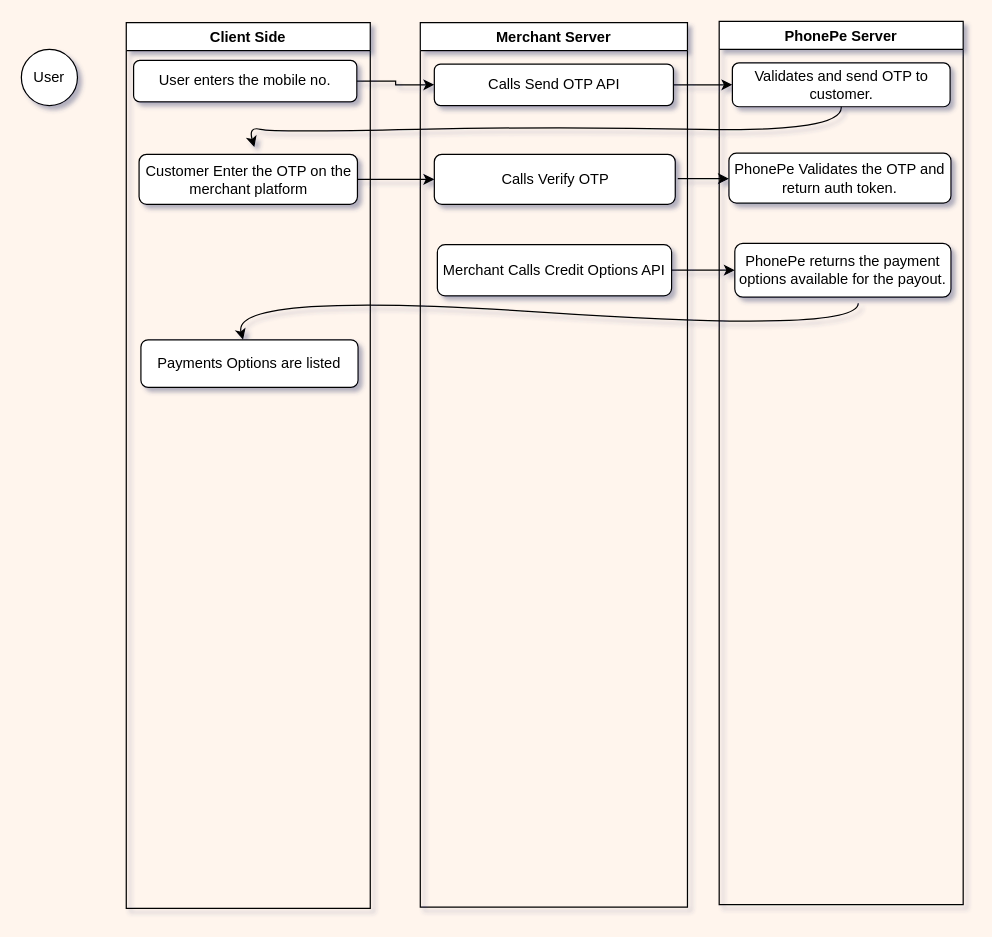
Above: Untitled Diagram.drawio in kdutt1597/kdutt1597 (draw.io), before the change. Source tidied: cells renumbered, new cells numbered last; positions are measured from the earlier drawing's top-left corner, leaving out a move shared by most shapes. Both pictures are drawn from the tidied source at 122%, with x=0, y=0 at pixel (21, 21).
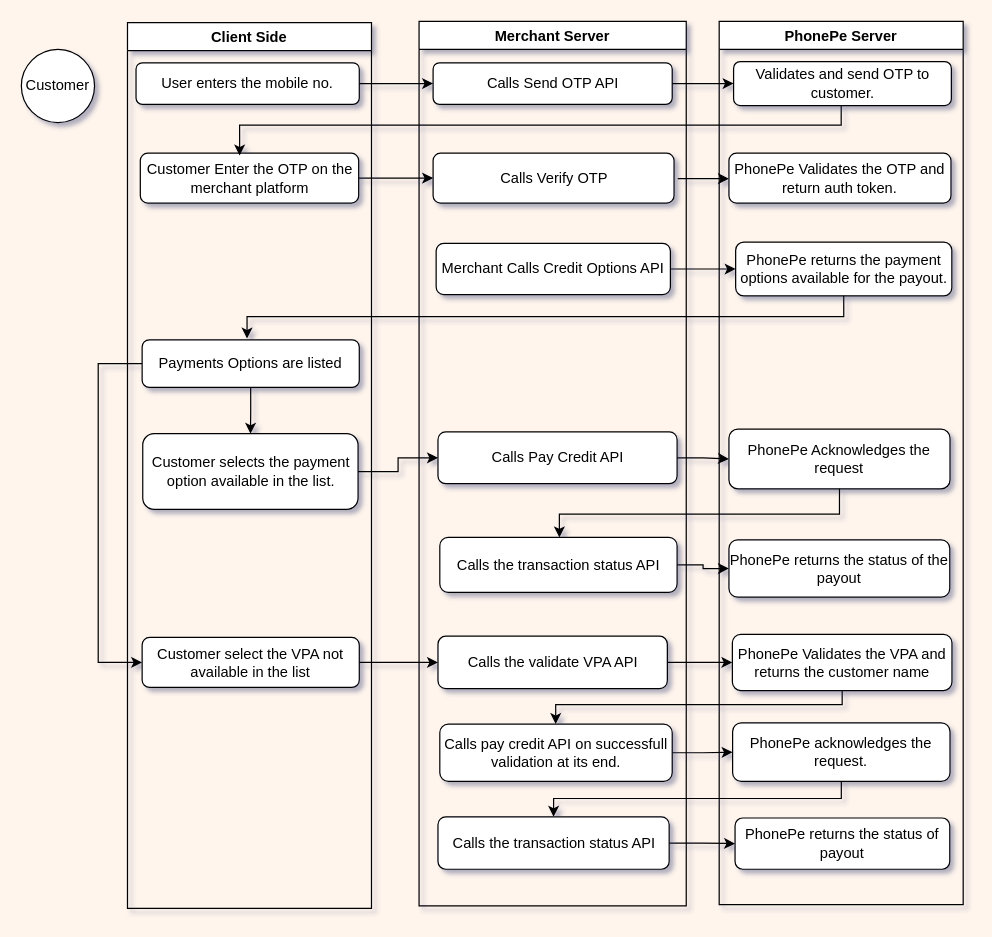
After the change.

The change refers to these unchanged cells:
```xml
<mxCell id="6" value="Payments Options are listed" style="rounded=1;whiteSpace=wrap;html=1;" parent="3" vertex="1">
  <mxGeometry x="12" y="260" width="178" height="39" as="geometry" />
</mxCell>
<mxCell id="11" value="PhonePe Server" style="swimlane;" parent="1" vertex="1">
  <mxGeometry x="572" width="200" height="724" as="geometry" />
</mxCell>
```

What changed in the source:
```diff
@@
-    <mxCell id="2" value="User" style="ellipse;whiteSpace=wrap;html=1;" parent="1" vertex="1">
-      <mxGeometry y="23" width="46" height="46" as="geometry" />
+    <mxCell id="2" value="Customer" style="ellipse;whiteSpace=wrap;html=1;" parent="1" vertex="1">
+      <mxGeometry y="23" width="60" height="60" as="geometry" />
     </mxCell>
     <mxCell id="3" value="Client Side" style="swimlane;startSize=23;" parent="1" vertex="1">
-      <mxGeometry x="86" y="1" width="200" height="726" as="geometry" />
+      <mxGeometry x="87" y="1" width="200" height="726" as="geometry" />
     </mxCell>
     <mxCell id="4" value="User enters the mobile no." style="rounded=1;whiteSpace=wrap;html=1;" parent="3" vertex="1">
-      <mxGeometry x="6" y="31" width="183" height="34" as="geometry" />
+      <mxGeometry x="7" y="33" width="183" height="34" as="geometry" />
     </mxCell>
     <mxCell id="5" value="Customer Enter the OTP on the merchant platform" style="rounded=1;whiteSpace=wrap;html=1;" parent="3" vertex="1">
-      <mxGeometry x="10.5" y="108" width="179" height="41" as="geometry" />
+      <mxGeometry x="10.5" y="107" width="179" height="41" as="geometry" />
     </mxCell>
+    <mxCell id="22" style="edgeStyle=orthogonalEdgeStyle;rounded=0;jettySize=auto;html=1;" parent="3" edge="1" source="6" target="24">
+      <mxGeometry relative="1" as="geometry" />
+    </mxCell>
+    <mxCell id="23" style="edgeStyle=orthogonalEdgeStyle;rounded=0;jettySize=auto;html=1;entryX=0;entryY=0.5;entryDx=0;entryDy=0;" parent="3" edge="1" source="6" target="25">
+      <mxGeometry relative="1" as="geometry">
+        <Array as="points">
+          <mxPoint x="-24" y="280" />
+          <mxPoint x="-24" y="525" />
+        </Array>
+      </mxGeometry>
+    </mxCell>
@@
+    <mxCell id="24" value="Customer selects the payment option available in the list." style="rounded=1;whiteSpace=wrap;html=1;" parent="3" vertex="1">
+      <mxGeometry x="12.5" y="337" width="176.5" height="62" as="geometry" />
+    </mxCell>
+    <mxCell id="25" value="Customer select the VPA not available in the list" style="rounded=1;whiteSpace=wrap;html=1;" parent="3" vertex="1">
+      <mxGeometry x="12" y="504" width="178" height="41" as="geometry" />
+    </mxCell>
     <mxCell id="7" value="Merchant Server" style="swimlane;startSize=23;" parent="1" vertex="1">
-      <mxGeometry x="327" y="1" width="219" height="725" as="geometry" />
+      <mxGeometry x="326" width="219" height="725" as="geometry" />
     </mxCell>
@@
+    <mxCell id="26" value="Calls Pay Credit API" style="rounded=1;whiteSpace=wrap;html=1;" parent="7" vertex="1">
+      <mxGeometry x="15.5" y="336.5" width="196" height="42.5" as="geometry" />
+    </mxCell>
+    <mxCell id="27" value="Calls the transaction status API" style="rounded=1;whiteSpace=wrap;html=1;" parent="7" vertex="1">
+      <mxGeometry x="17" y="423" width="194.5" height="45" as="geometry" />
+    </mxCell>
+    <mxCell id="28" value="Calls the validate VPA API" style="rounded=1;whiteSpace=wrap;html=1;" parent="7" vertex="1">
+      <mxGeometry x="15.5" y="504" width="188" height="43" as="geometry" />
+    </mxCell>
+    <mxCell id="29" value="Calls pay credit API on successfull validation at its end." style="rounded=1;whiteSpace=wrap;html=1;" parent="7" vertex="1">
+      <mxGeometry x="17" y="576" width="190.5" height="47" as="geometry" />
+    </mxCell>
+    <mxCell id="30" value="Calls the transaction status API" style="rounded=1;whiteSpace=wrap;html=1;" parent="7" vertex="1">
+      <mxGeometry x="15.5" y="652" width="189.5" height="43" as="geometry" />
+    </mxCell>
@@
     <mxCell id="12" value="Validates and send OTP to customer." style="rounded=1;whiteSpace=wrap;html=1;" parent="11" vertex="1">
-      <mxGeometry x="10.8" y="34" width="178.5" height="36" as="geometry" />
+      <mxGeometry x="11.8" y="33" width="178.5" height="36" as="geometry" />
     </mxCell>
@@
     <mxCell id="14" value="PhonePe returns the payment options available for the payout." style="rounded=1;whiteSpace=wrap;html=1;" parent="11" vertex="1">
-      <mxGeometry x="12.8" y="182" width="177.2" height="44" as="geometry" />
+      <mxGeometry x="13.5" y="181" width="177.2" height="44" as="geometry" />
     </mxCell>
+    <mxCell id="31" value="PhonePe Acknowledges the request" style="rounded=1;whiteSpace=wrap;html=1;" parent="11" vertex="1">
+      <mxGeometry x="8" y="334.2" width="181.2" height="49" as="geometry" />
+    </mxCell>
+    <mxCell id="32" value="PhonePe returns the status of the payout" style="rounded=1;whiteSpace=wrap;html=1;" parent="11" vertex="1">
+      <mxGeometry x="8" y="425" width="181" height="47" as="geometry" />
+    </mxCell>
+    <mxCell id="33" value="PhonePe Validates the VPA and returns the customer name" style="rounded=1;whiteSpace=wrap;html=1;" parent="11" vertex="1">
+      <mxGeometry x="10.8" y="502.5" width="180" height="46" as="geometry" />
+    </mxCell>
+    <mxCell id="34" value="PhonePe acknowledges the request." style="rounded=1;whiteSpace=wrap;html=1;" parent="11" vertex="1">
+      <mxGeometry x="11" y="575" width="178.2" height="48" as="geometry" />
+    </mxCell>
+    <mxCell id="35" value="PhonePe returns the status of payout" style="rounded=1;whiteSpace=wrap;html=1;" parent="11" vertex="1">
+      <mxGeometry x="13" y="653" width="176" height="42" as="geometry" />
+    </mxCell>
@@
-    <mxCell id="18" style="curved=1;endArrow=classic;html=1;rounded=0;exitX=0.5;exitY=1;exitDx=0;exitDy=0;entryX=0.528;entryY=-0.146;entryDx=0;entryDy=0;entryPerimeter=0;" parent="1" edge="1" source="12" target="5">
-      <mxGeometry relative="1" as="geometry">
-        <Array as="points">
-          <mxPoint x="674" y="91" />
-          <mxPoint x="441" y="86" />
-          <mxPoint x="206" y="91" />
-          <mxPoint x="186" y="86" />
-        </Array>
-      </mxGeometry>
-    </mxCell>
@@
-    <mxCell id="21" style="curved=1;endArrow=classic;html=1;rounded=0;exitX=0.571;exitY=1.114;exitDx=0;exitDy=0;exitPerimeter=0;" parent="1" edge="1" source="14" target="6">
-      <mxGeometry relative="1" as="geometry">
-        <Array as="points">
-          <mxPoint x="686" y="256" />
-          <mxPoint x="171" y="221" />
-        </Array>
-      </mxGeometry>
-    </mxCell>
+    <mxCell id="36" style="edgeStyle=orthogonalEdgeStyle;rounded=0;jettySize=auto;html=1;" parent="1" edge="1" source="24" target="26">
+      <mxGeometry relative="1" as="geometry" />
+    </mxCell>
+    <mxCell id="37" style="edgeStyle=orthogonalEdgeStyle;rounded=0;jettySize=auto;html=1;" parent="1" edge="1" source="26" target="31">
+      <mxGeometry relative="1" as="geometry" />
+    </mxCell>
+    <mxCell id="38" style="edgeStyle=orthogonalEdgeStyle;rounded=0;jettySize=auto;html=1;" parent="1" edge="1" source="31" target="27">
+      <mxGeometry relative="1" as="geometry">
+        <Array as="points">
+          <mxPoint x="671" y="404" />
+          <mxPoint x="441" y="404" />
+        </Array>
+      </mxGeometry>
+    </mxCell>
+    <mxCell id="39" style="edgeStyle=orthogonalEdgeStyle;rounded=0;jettySize=auto;html=1;" parent="1" edge="1" source="27" target="32">
+      <mxGeometry relative="1" as="geometry" />
+    </mxCell>
+    <mxCell id="40" style="edgeStyle=orthogonalEdgeStyle;rounded=0;jettySize=auto;html=1;" parent="1" edge="1" source="25" target="28">
+      <mxGeometry relative="1" as="geometry" />
+    </mxCell>
+    <mxCell id="41" style="edgeStyle=orthogonalEdgeStyle;rounded=0;jettySize=auto;html=1;" parent="1" edge="1" source="28" target="33">
+      <mxGeometry relative="1" as="geometry" />
+    </mxCell>
+    <mxCell id="42" style="edgeStyle=orthogonalEdgeStyle;rounded=0;jettySize=auto;html=1;" parent="1" edge="1" source="33" target="29">
+      <mxGeometry relative="1" as="geometry">
+        <Array as="points">
+          <mxPoint x="673" y="560" />
+          <mxPoint x="438" y="560" />
+        </Array>
+      </mxGeometry>
+    </mxCell>
+    <mxCell id="43" style="edgeStyle=orthogonalEdgeStyle;rounded=0;jettySize=auto;html=1;" parent="1" edge="1" source="29" target="34">
+      <mxGeometry relative="1" as="geometry" />
+    </mxCell>
+    <mxCell id="44" style="edgeStyle=orthogonalEdgeStyle;rounded=0;jettySize=auto;html=1;entryX=0.5;entryY=0;entryDx=0;entryDy=0;" parent="1" edge="1" source="34" target="30">
+      <mxGeometry relative="1" as="geometry">
+        <Array as="points">
+          <mxPoint x="672" y="637" />
+          <mxPoint x="436" y="637" />
+        </Array>
+      </mxGeometry>
+    </mxCell>
+    <mxCell id="45" style="edgeStyle=orthogonalEdgeStyle;rounded=0;jettySize=auto;html=1;" parent="1" edge="1" source="30" target="35">
+      <mxGeometry relative="1" as="geometry" />
+    </mxCell>
+    <mxCell id="18" style="edgeStyle=orthogonalEdgeStyle;rounded=0;jettySize=auto;html=1;entryX=0.455;entryY=0.049;entryDx=0;entryDy=0;entryPerimeter=0;" parent="1" edge="1" source="12" target="5">
+      <mxGeometry relative="1" as="geometry">
+        <Array as="points">
+          <mxPoint x="672" y="85" />
+          <mxPoint x="179" y="85" />
+        </Array>
+      </mxGeometry>
+    </mxCell>
+    <mxCell id="46" style="edgeStyle=orthogonalEdgeStyle;rounded=0;jettySize=auto;html=1;" parent="1" edge="1" source="14">
+      <mxGeometry relative="1" as="geometry">
+        <mxPoint x="185" y="260" as="targetPoint" />
+        <Array as="points">
+          <mxPoint x="674" y="242" />
+          <mxPoint x="185" y="242" />
+        </Array>
+      </mxGeometry>
+    </mxCell>
```
